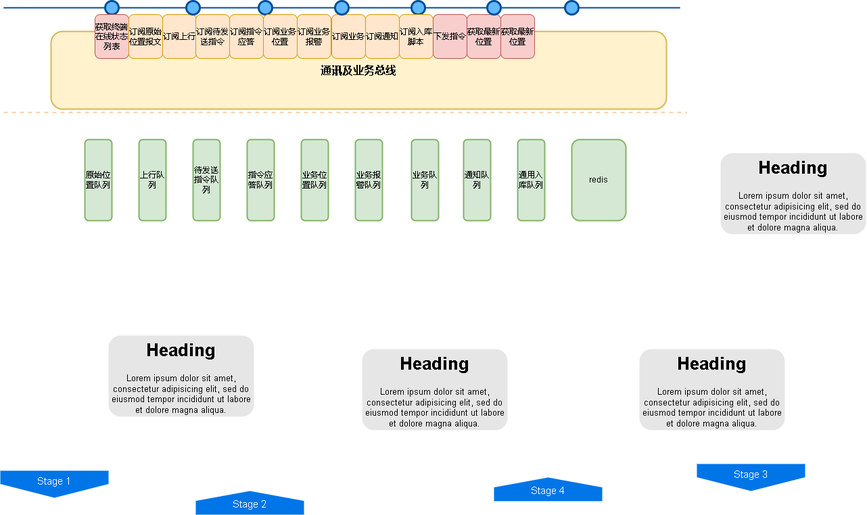
Before: CgoPro业务总线.drawio.png, a diagram exported from draw.io (xktder/draw). Source tidied: cells renumbered, new cells last; positions are measured from the earlier drawing's top-left corner, leaving out a move shared by most shapes.
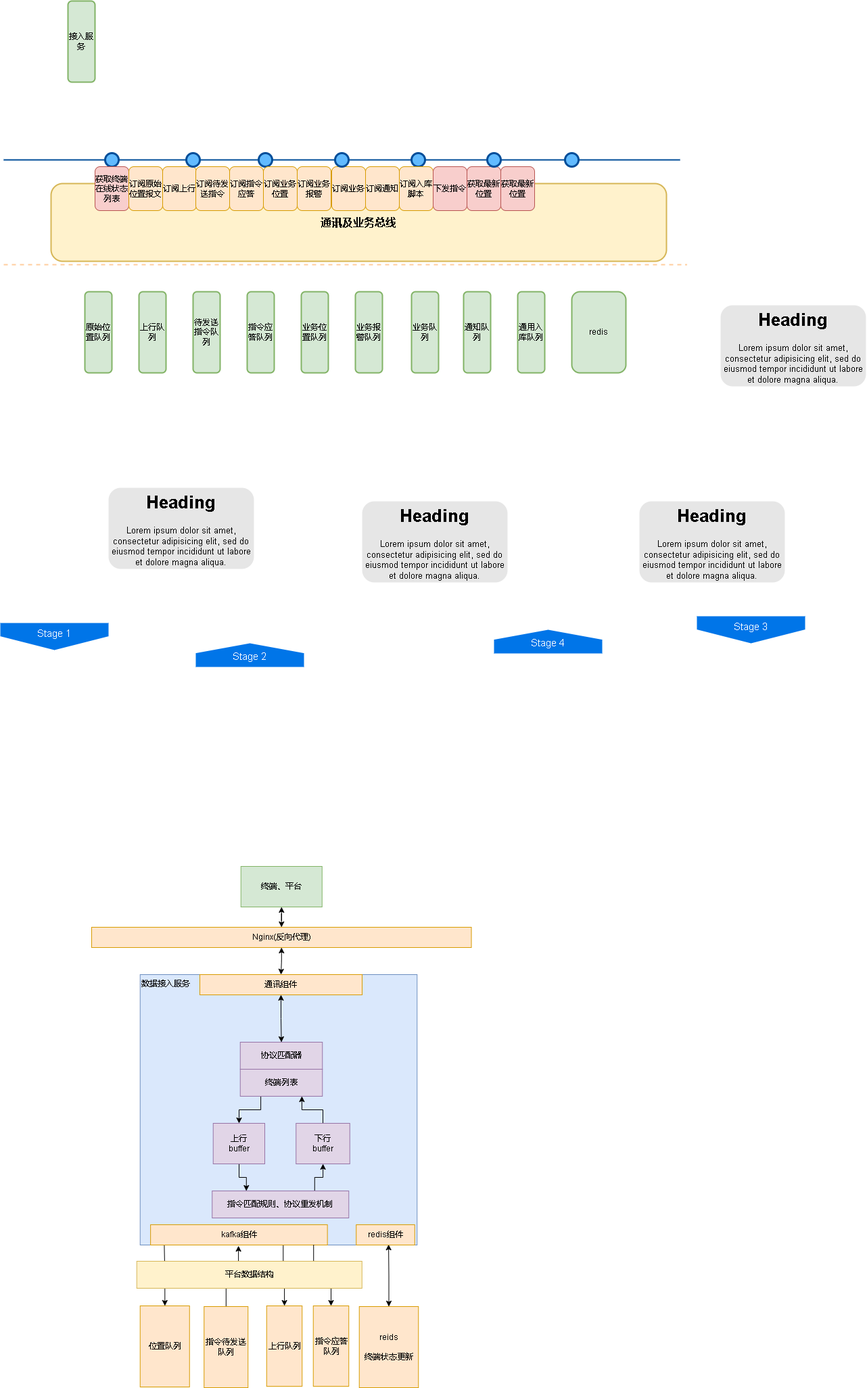
Above is the later version.

Commit message:
更新CgoPro业务总线.drawio.png

The edit, as a diff of the source:
```diff
@@ -128,5 +128,95 @@
     <mxCell id="42" style="ellipse;whiteSpace=wrap;html=1;fillColor=#61BAFF;fontSize=28;fontColor=#004D99;strokeWidth=3;strokeColor=#004D99;" parent="1" vertex="1">
       <mxGeometry x="720" width="20" height="20" as="geometry" />
     </mxCell>
+    <mxCell id="43" value="接入服务" style="rounded=1;whiteSpace=wrap;html=1;strokeWidth=2;strokeColor=#82b366;fillColor=#d5e8d4;" parent="1" vertex="1">
+      <mxGeometry x="100" y="-225" width="40" height="120" as="geometry" />
+    </mxCell>
+    <mxCell id="44" value="数据接入服务" style="rounded=0;whiteSpace=wrap;html=1;verticalAlign=top;align=left;fillColor=#dae8fc;strokeColor=#6c8ebf;" parent="1" vertex="1">
+      <mxGeometry x="206.8" y="1215" width="409.5" height="400" as="geometry" />
+    </mxCell>
+    <mxCell id="45" style="edgeStyle=orthogonalEdgeStyle;rounded=0;jettySize=auto;html=1;entryX=0.5;entryY=0;entryDx=0;entryDy=0;startArrow=classic;startFill=1;" parent="1" edge="1" source="46" target="48">
+      <mxGeometry relative="1" as="geometry" />
+    </mxCell>
+    <mxCell id="46" value="终端、平台" style="rounded=0;whiteSpace=wrap;html=1;fillColor=#d5e8d4;strokeColor=#82b366;" parent="1" vertex="1">
+      <mxGeometry x="355.8" y="1055" width="120" height="60" as="geometry" />
+    </mxCell>
+    <mxCell id="47" style="edgeStyle=orthogonalEdgeStyle;rounded=0;jettySize=auto;html=1;exitX=0.5;exitY=1;exitDx=0;exitDy=0;entryX=0.5;entryY=0;entryDx=0;entryDy=0;startArrow=classic;startFill=1;" parent="1" edge="1" source="48" target="50">
+      <mxGeometry relative="1" as="geometry" />
+    </mxCell>
+    <mxCell id="48" value="Nginx(反向代理)" style="rounded=0;whiteSpace=wrap;html=1;fillColor=#ffe6cc;strokeColor=#d79b00;" parent="1" vertex="1">
+      <mxGeometry x="135" y="1145" width="561.5" height="30" as="geometry" />
+    </mxCell>
+    <mxCell id="49" style="edgeStyle=orthogonalEdgeStyle;rounded=0;jettySize=auto;html=1;startArrow=classic;startFill=1;" parent="1" edge="1" source="50" target="52">
+      <mxGeometry relative="1" as="geometry" />
+    </mxCell>
+    <mxCell id="50" value="通讯组件" style="rounded=0;whiteSpace=wrap;html=1;fillColor=#ffe6cc;strokeColor=#d79b00;" parent="1" vertex="1">
+      <mxGeometry x="295" y="1215" width="240" height="30" as="geometry" />
+    </mxCell>
+    <mxCell id="51" style="edgeStyle=orthogonalEdgeStyle;rounded=0;jettySize=auto;html=1;startArrow=none;startFill=0;exitX=0.25;exitY=1;exitDx=0;exitDy=0;" parent="1" edge="1" source="59" target="54">
+      <mxGeometry relative="1" as="geometry" />
+    </mxCell>
+    <mxCell id="52" value="协议匹配器" style="whiteSpace=wrap;html=1;rounded=0;fillColor=#e1d5e7;strokeColor=#9673a6;" parent="1" vertex="1">
+      <mxGeometry x="354.8" y="1315" width="121.5" height="40" as="geometry" />
+    </mxCell>
+    <mxCell id="53" style="edgeStyle=orthogonalEdgeStyle;rounded=0;jettySize=auto;html=1;entryX=0.25;entryY=0;entryDx=0;entryDy=0;startArrow=none;startFill=0;endArrow=classic;endFill=1;" parent="1" edge="1" source="54" target="58">
+      <mxGeometry relative="1" as="geometry" />
+    </mxCell>
+    <mxCell id="54" value="上行&lt;br&gt;buffer" style="whiteSpace=wrap;html=1;rounded=0;fillColor=#e1d5e7;strokeColor=#9673a6;" parent="1" vertex="1">
+      <mxGeometry x="314.8" y="1435" width="76.2" height="60" as="geometry" />
+    </mxCell>
+    <mxCell id="55" style="edgeStyle=orthogonalEdgeStyle;rounded=0;jettySize=auto;html=1;exitX=0.5;exitY=0;exitDx=0;exitDy=0;entryX=0.75;entryY=1;entryDx=0;entryDy=0;startArrow=none;startFill=0;" parent="1" edge="1" source="57" target="59">
+      <mxGeometry relative="1" as="geometry" />
+    </mxCell>
+    <mxCell id="56" style="edgeStyle=orthogonalEdgeStyle;rounded=0;jettySize=auto;html=1;entryX=0.75;entryY=0;entryDx=0;entryDy=0;startArrow=classic;startFill=1;endArrow=none;endFill=0;" parent="1" edge="1" source="57" target="58">
+      <mxGeometry relative="1" as="geometry" />
+    </mxCell>
+    <mxCell id="57" value="下行&lt;br&gt;buffer" style="whiteSpace=wrap;html=1;rounded=0;fillColor=#e1d5e7;strokeColor=#9673a6;" parent="1" vertex="1">
+      <mxGeometry x="437.2" y="1435" width="79.5" height="60" as="geometry" />
+    </mxCell>
+    <mxCell id="58" value="指令匹配规则、协议重发机制" style="rounded=0;whiteSpace=wrap;html=1;fillColor=#e1d5e7;strokeColor=#9673a6;" parent="1" vertex="1">
+      <mxGeometry x="313.2" y="1535" width="202" height="40" as="geometry" />
+    </mxCell>
+    <mxCell id="59" value="终端列表" style="whiteSpace=wrap;html=1;rounded=0;fillColor=#e1d5e7;strokeColor=#9673a6;" parent="1" vertex="1">
+      <mxGeometry x="354.8" y="1355" width="121.5" height="40" as="geometry" />
+    </mxCell>
+    <mxCell id="60" style="edgeStyle=orthogonalEdgeStyle;rounded=0;jettySize=auto;html=1;entryX=0.087;entryY=0.998;entryDx=0;entryDy=0;entryPerimeter=0;startArrow=classic;startFill=1;endArrow=none;endFill=0;" parent="1" edge="1" source="61" target="44">
+      <mxGeometry relative="1" as="geometry" />
+    </mxCell>
+    <mxCell id="61" value="位置队列" style="rounded=0;whiteSpace=wrap;html=1;fillColor=#ffe6cc;strokeColor=#d79b00;" parent="1" vertex="1">
+      <mxGeometry x="206.8" y="1705" width="73" height="120" as="geometry" />
+    </mxCell>
+    <mxCell id="62" style="edgeStyle=orthogonalEdgeStyle;rounded=0;jettySize=auto;html=1;entryX=0.355;entryY=1.003;entryDx=0;entryDy=0;entryPerimeter=0;startArrow=none;startFill=0;endArrow=classic;endFill=1;" parent="1" edge="1" source="63" target="44">
+      <mxGeometry relative="1" as="geometry" />
+    </mxCell>
+    <mxCell id="63" value="指令待发送队列" style="rounded=0;whiteSpace=wrap;html=1;fillColor=#ffe6cc;strokeColor=#d79b00;" parent="1" vertex="1">
+      <mxGeometry x="301.2" y="1706" width="65" height="120" as="geometry" />
+    </mxCell>
+    <mxCell id="64" style="edgeStyle=orthogonalEdgeStyle;rounded=0;jettySize=auto;html=1;entryX=0.75;entryY=1;entryDx=0;entryDy=0;startArrow=classic;startFill=1;endArrow=none;endFill=0;" parent="1" edge="1" source="65" target="68">
+      <mxGeometry relative="1" as="geometry" />
+    </mxCell>
+    <mxCell id="65" value="上行队列" style="rounded=0;whiteSpace=wrap;html=1;fillColor=#ffe6cc;strokeColor=#d79b00;" parent="1" vertex="1">
+      <mxGeometry x="393.8" y="1705" width="52.5" height="119" as="geometry" />
+    </mxCell>
+    <mxCell id="66" style="edgeStyle=orthogonalEdgeStyle;rounded=0;jettySize=auto;html=1;exitX=0.5;exitY=0;exitDx=0;exitDy=0;entryX=0.897;entryY=0.998;entryDx=0;entryDy=0;entryPerimeter=0;startArrow=classic;startFill=1;endArrow=classic;endFill=1;" parent="1" edge="1" source="67" target="44">
+      <mxGeometry relative="1" as="geometry" />
+    </mxCell>
+    <mxCell id="67" value="reids&lt;br&gt;&lt;br&gt;终端状态更新" style="rounded=0;whiteSpace=wrap;html=1;fillColor=#ffe6cc;strokeColor=#d79b00;" parent="1" vertex="1">
+      <mxGeometry x="530.8" y="1706" width="87.5" height="120" as="geometry" />
+    </mxCell>
+    <mxCell id="68" value="kafka组件" style="rounded=0;whiteSpace=wrap;html=1;fillColor=#ffe6cc;strokeColor=#d79b00;" parent="1" vertex="1">
+      <mxGeometry x="222.1" y="1585" width="261.5" height="30" as="geometry" />
+    </mxCell>
+    <mxCell id="69" value="redis组件" style="rounded=0;whiteSpace=wrap;html=1;fillColor=#ffe6cc;strokeColor=#d79b00;" parent="1" vertex="1">
+      <mxGeometry x="526.2" y="1585" width="86.5" height="30" as="geometry" />
+    </mxCell>
+    <mxCell id="70" style="edgeStyle=orthogonalEdgeStyle;rounded=0;jettySize=auto;html=1;exitX=0.5;exitY=0;exitDx=0;exitDy=0;entryX=0.922;entryY=0.995;entryDx=0;entryDy=0;entryPerimeter=0;startArrow=classic;startFill=1;endArrow=none;endFill=0;" parent="1" edge="1" source="71" target="68">
+      <mxGeometry relative="1" as="geometry" />
+    </mxCell>
+    <mxCell id="71" value="指令应答队列" style="rounded=0;whiteSpace=wrap;html=1;fillColor=#ffe6cc;strokeColor=#d79b00;" parent="1" vertex="1">
+      <mxGeometry x="462.8" y="1705" width="52.5" height="119" as="geometry" />
+    </mxCell>
+    <mxCell id="72" value="平台数据结构" style="rounded=0;whiteSpace=wrap;html=1;fillColor=#fff2cc;strokeColor=#d6b656;" parent="1" vertex="1">
+      <mxGeometry x="201.8" y="1639" width="333" height="40" as="geometry" />
+    </mxCell>
   </root>
 </mxGraphModel>
```
